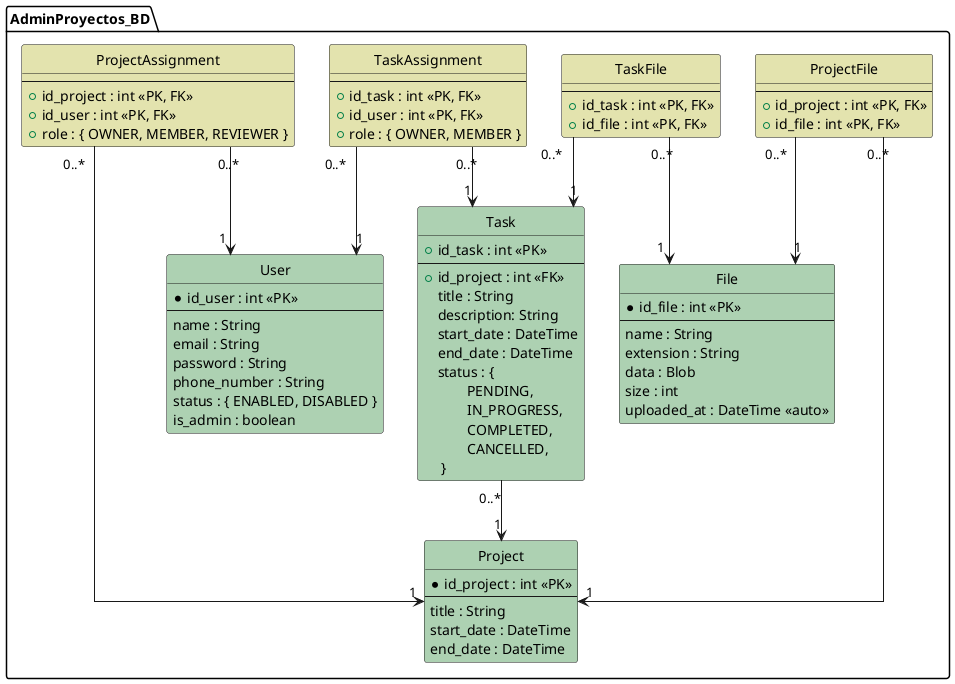
Earlier version of the PlantUML export backend/database/diagram/schema.png (daniel-alegria3/AdminProyectos).
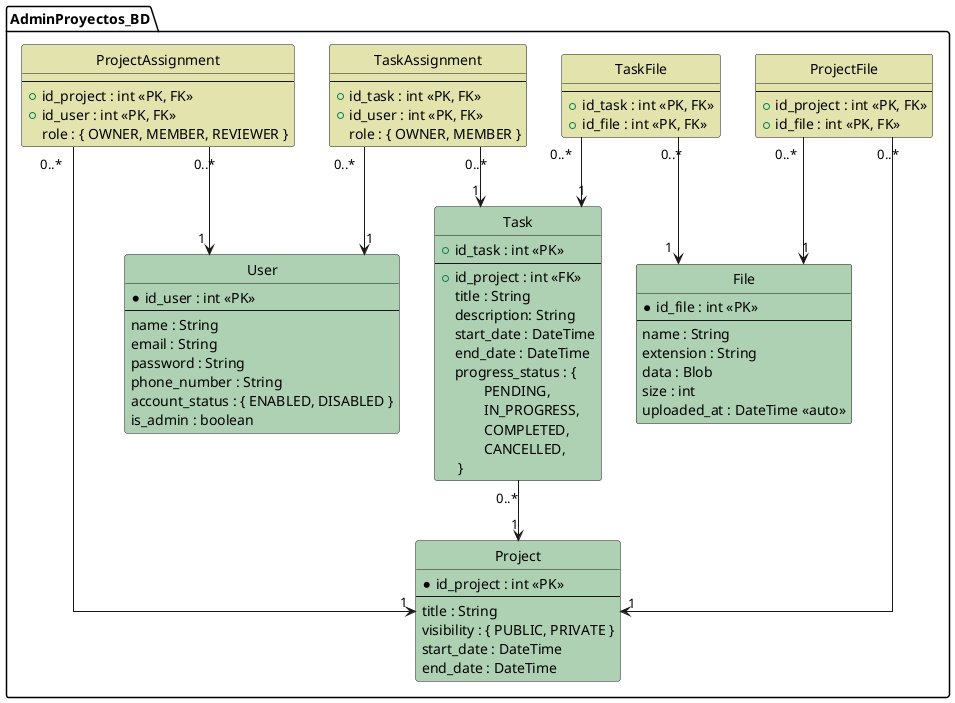
The same diagram one commit later.

The edit, as a diff of the source:
```diff
@@ -13,7 +13,7 @@
     email : String
     password : String
     phone_number : String
-    status : { ENABLED, DISABLED }
+    account_status : { ENABLED, DISABLED }
     is_admin : boolean
   }
 
@@ -22,6 +22,7 @@
     * id_project : int <<PK>>
     --
     title : String
+    visibility : { PUBLIC, PRIVATE }
     start_date : DateTime
     end_date : DateTime
   }
@@ -30,7 +31,7 @@
     --
     + id_project : int <<PK, FK>>
     + id_user : int <<PK, FK>>
-    + role : { OWNER, MEMBER, REVIEWER }
+    role : { OWNER, MEMBER, REVIEWER }
   }
 
 
@@ -42,14 +43,14 @@
     description: String
     start_date : DateTime
     end_date : DateTime
-    status : { \n\tPENDING,\n\tIN_PROGRESS,\n\tCOMPLETED,\n\tCANCELLED,\n }
+    progress_status : { \n\tPENDING,\n\tIN_PROGRESS,\n\tCOMPLETED,\n\tCANCELLED,\n }
   }
 
   class TaskAssignment ASSIGNMENT_COLOR {
     --
     + id_task : int <<PK, FK>>
     + id_user : int <<PK, FK>>
-    + role : { OWNER, MEMBER }
+    role : { OWNER, MEMBER }
   }
 
 
```
